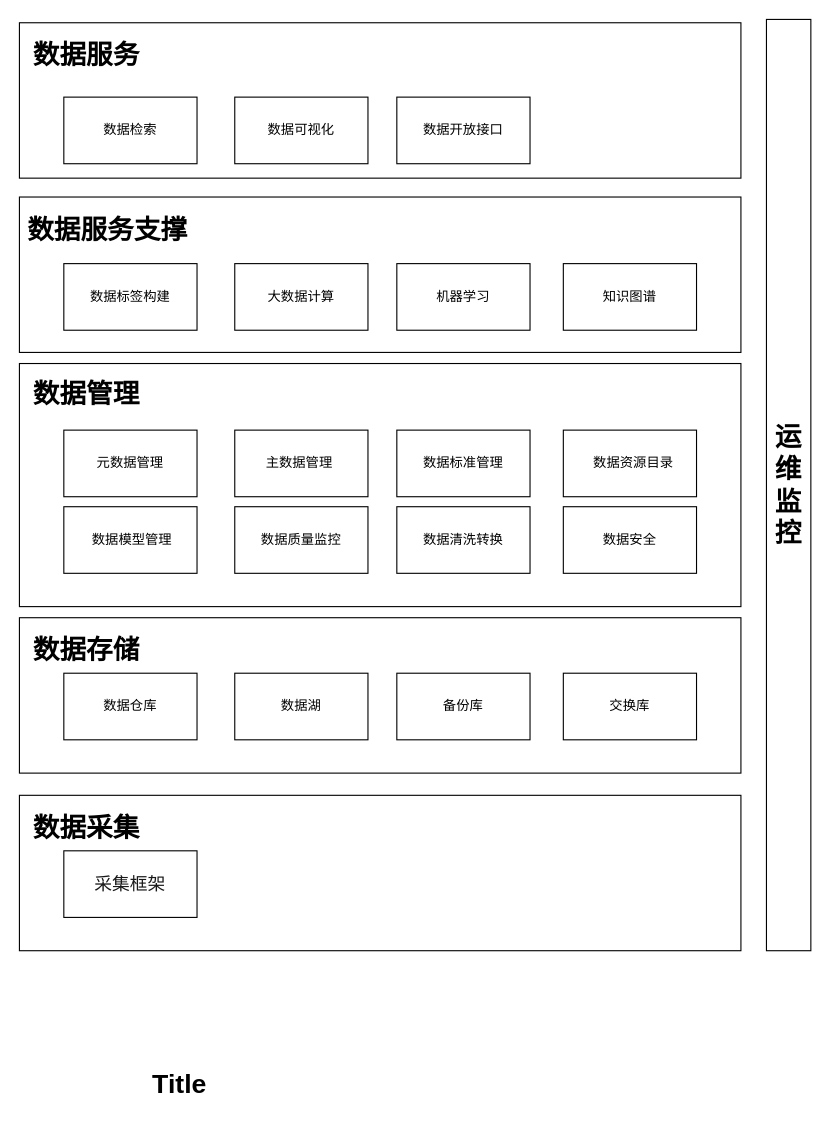
This is page "数据中台软件架构" (3 of 4) of 大数据管理数据处理过程图.drawio from goylsf/image, a draw.io file, before an edit. Source tidied: cells renumbered, new cells numbered last; positions are measured from the earlier drawing's top-left corner, leaving out a move shared by most shapes. Both pictures are drawn from the tidied source at 111%, with x=0, y=0 at pixel (19, 19).
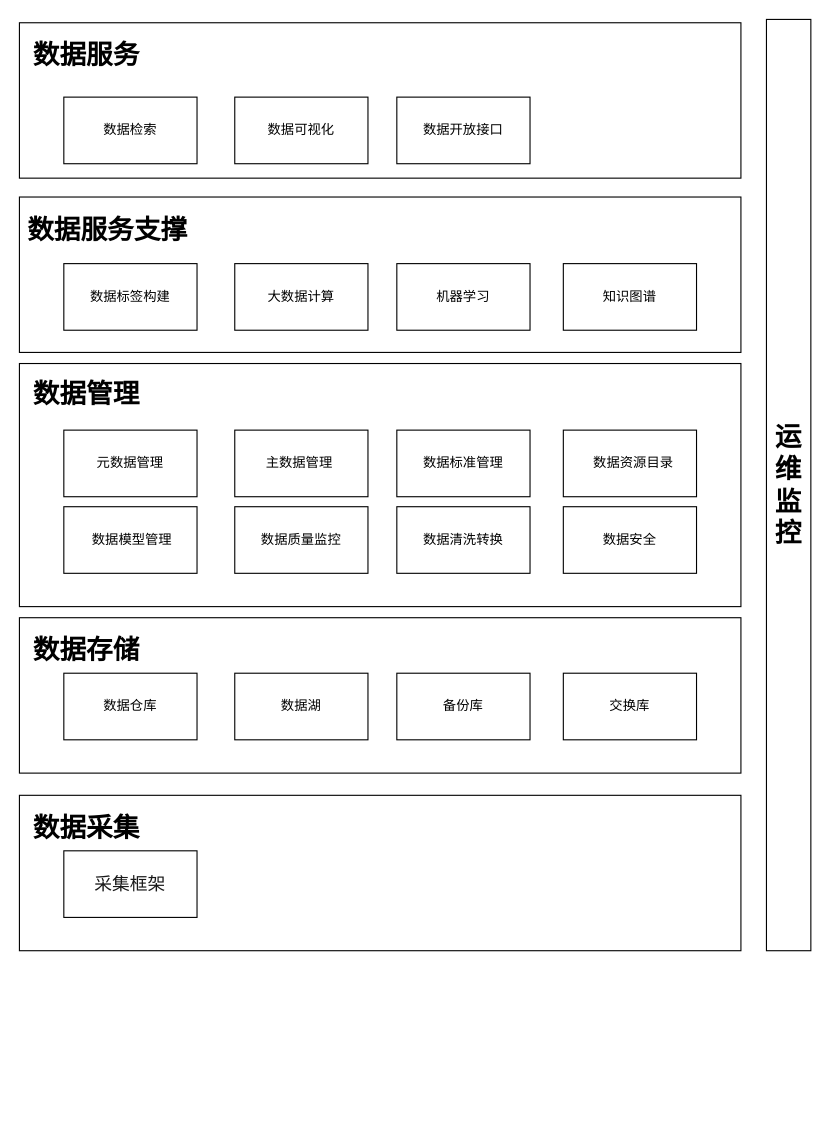
After the change.

The edit, as a diff of the source:
```diff
@@
-    <mxCell id="5" value="Title" style="text;strokeColor=none;fillColor=none;html=1;fontSize=24;fontStyle=1;verticalAlign=middle;align=center;" parent="1" vertex="1">
-      <mxGeometry x="94" y="940" width="100" height="40" as="geometry" />
-    </mxCell>
```
